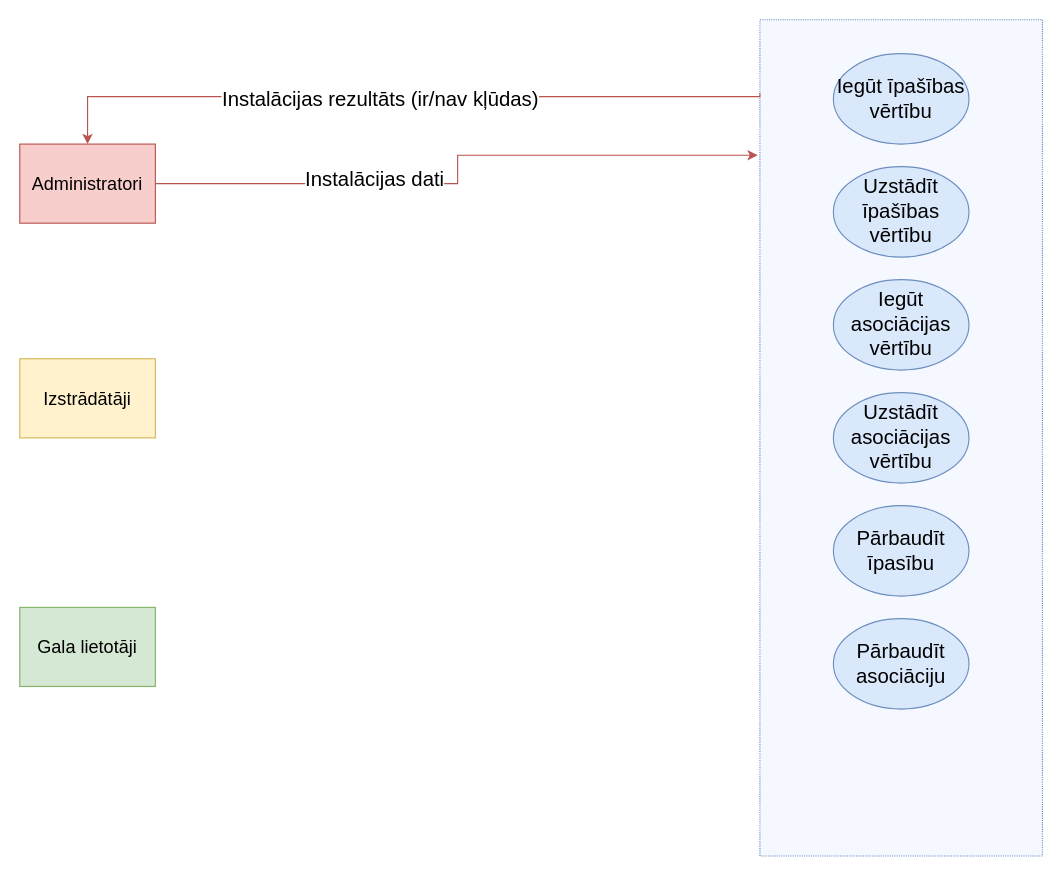
Before: page "Ģenerētā koda modulis" (7 of 8) of src/Kvalifikacijas darbs/arhitektura.drawio in artiks12/webAppOS, a draw.io diagram. Source tidied: cells renumbered, new cells numbered last; positions are measured from the earlier drawing's top-left corner, leaving out a move shared by most shapes. Both pictures are drawn from the tidied source at 113%, with x=0, y=0 at pixel (19, 19).
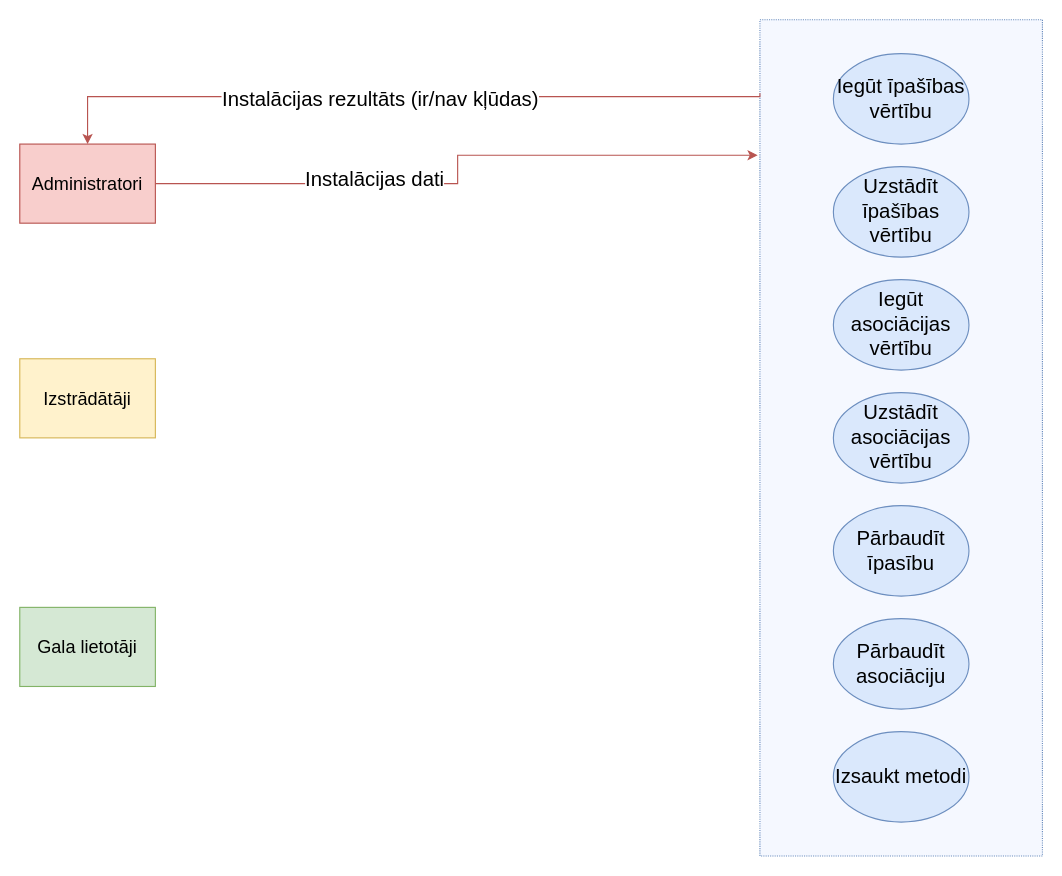
The same diagram, later.

The edit, as a diff of the source:
```diff
@@
 <mxGraphModel>
   <root>
     <mxCell id="0" />
     <mxCell id="1" parent="0" />
     <mxCell id="2" style="rounded=0;whiteSpace=wrap;html=1;dashed=1;dashPattern=1 1;fillColor=#F5F8FF;strokeColor=#6c8ebf;" parent="1" vertex="1">
       <mxGeometry x="655" width="250" height="740" as="geometry" />
     </mxCell>
     <mxCell id="3" value="&lt;font style=&quot;font-size: 18px&quot;&gt;Iegūt īpašības vērtību&lt;br&gt;&lt;/font&gt;" style="ellipse;whiteSpace=wrap;html=1;fillColor=#dae8fc;strokeColor=#6c8ebf;" parent="1" vertex="1">
       <mxGeometry x="720" y="30" width="120" height="80" as="geometry" />
     </mxCell>
     <mxCell id="4" value="&lt;font style=&quot;font-size: 18px&quot;&gt;Uzstādīt īpašības vērtību&lt;/font&gt;" style="ellipse;whiteSpace=wrap;html=1;fillColor=#dae8fc;strokeColor=#6c8ebf;" parent="1" vertex="1">
       <mxGeometry x="720" y="130" width="120" height="80" as="geometry" />
     </mxCell>
     <mxCell id="5" value="&lt;span style=&quot;font-size: 18px&quot;&gt;Iegūt asociācijas vērtību&lt;/span&gt;" style="ellipse;whiteSpace=wrap;html=1;fillColor=#dae8fc;strokeColor=#6c8ebf;" parent="1" vertex="1">
       <mxGeometry x="720" y="230" width="120" height="80" as="geometry" />
     </mxCell>
     <mxCell id="6" value="&lt;font style=&quot;font-size: 18px&quot;&gt;Pārbaudīt īpasību&lt;br&gt;&lt;/font&gt;" style="ellipse;whiteSpace=wrap;html=1;fillColor=#dae8fc;strokeColor=#6c8ebf;" parent="1" vertex="1">
       <mxGeometry x="720" y="430" width="120" height="80" as="geometry" />
     </mxCell>
     <mxCell id="7" value="&lt;span style=&quot;font-size: 18px&quot;&gt;Uzstādīt asociācijas vērtību&lt;/span&gt;" style="ellipse;whiteSpace=wrap;html=1;fillColor=#dae8fc;strokeColor=#6c8ebf;" parent="1" vertex="1">
       <mxGeometry x="720" y="330" width="120" height="80" as="geometry" />
     </mxCell>
     <mxCell id="8" value="&lt;font style=&quot;font-size: 18px&quot;&gt;Pārbaudīt asociāciju&lt;/font&gt;" style="ellipse;whiteSpace=wrap;html=1;fillColor=#dae8fc;strokeColor=#6c8ebf;" parent="1" vertex="1">
       <mxGeometry x="720" y="530" width="120" height="80" as="geometry" />
     </mxCell>
     <mxCell id="9" style="edgeStyle=orthogonalEdgeStyle;rounded=0;jettySize=auto;html=1;entryX=0.5;entryY=0;entryDx=0;entryDy=0;exitX=0;exitY=0.088;exitDx=0;exitDy=0;exitPerimeter=0;fillColor=#f8cecc;strokeColor=#b85450;" parent="1" edge="1" source="2" target="14">
       <mxGeometry relative="1" as="geometry">
         <Array as="points">
           <mxPoint x="60" y="68" />
         </Array>
       </mxGeometry>
     </mxCell>
     <mxCell id="10" value="&lt;font style=&quot;font-size: 18px&quot;&gt;Instalācijas rezultāts (ir/nav kļūdas)&lt;/font&gt;" style="edgeLabel;html=1;align=center;verticalAlign=middle;" parent="9" vertex="1">
       <mxGeometry x="0.06" y="2" relative="1" as="geometry" />
     </mxCell>
     <mxCell id="11" value="&lt;font size=&quot;3&quot;&gt;Izstrādātāji&lt;/font&gt;" style="rounded=0;whiteSpace=wrap;html=1;fillColor=#fff2cc;strokeColor=#d6b656;" parent="1" vertex="1">
       <mxGeometry y="300" width="120" height="70" as="geometry" />
     </mxCell>
     <mxCell id="12" style="edgeStyle=orthogonalEdgeStyle;rounded=0;jettySize=auto;html=1;entryX=-0.008;entryY=0.162;entryDx=0;entryDy=0;entryPerimeter=0;fillColor=#f8cecc;strokeColor=#b85450;" parent="1" edge="1" source="14" target="2">
       <mxGeometry relative="1" as="geometry" />
     </mxCell>
     <mxCell id="13" value="&lt;font style=&quot;font-size: 18px&quot;&gt;Instalācijas dati&lt;/font&gt;" style="edgeLabel;html=1;align=center;verticalAlign=middle;" parent="12" vertex="1">
       <mxGeometry x="-0.31" y="4" relative="1" as="geometry" />
     </mxCell>
     <mxCell id="14" value="&lt;font size=&quot;3&quot;&gt;Administratori&lt;br&gt;&lt;/font&gt;" style="rounded=0;whiteSpace=wrap;html=1;fillColor=#f8cecc;strokeColor=#b85450;" parent="1" vertex="1">
       <mxGeometry y="110" width="120" height="70" as="geometry" />
     </mxCell>
     <mxCell id="15" value="&lt;font size=&quot;3&quot;&gt;Gala lietotāji&lt;/font&gt;" style="rounded=0;whiteSpace=wrap;html=1;fillColor=#d5e8d4;strokeColor=#82b366;" parent="1" vertex="1">
       <mxGeometry y="520" width="120" height="70" as="geometry" />
     </mxCell>
+    <mxCell id="16" value="&lt;font style=&quot;font-size: 18px&quot;&gt;Izsaukt metodi&lt;/font&gt;" style="ellipse;whiteSpace=wrap;html=1;fillColor=#dae8fc;strokeColor=#6c8ebf;" parent="1" vertex="1">
+      <mxGeometry x="720" y="630" width="120" height="80" as="geometry" />
+    </mxCell>
   </root>
 </mxGraphModel>
```
